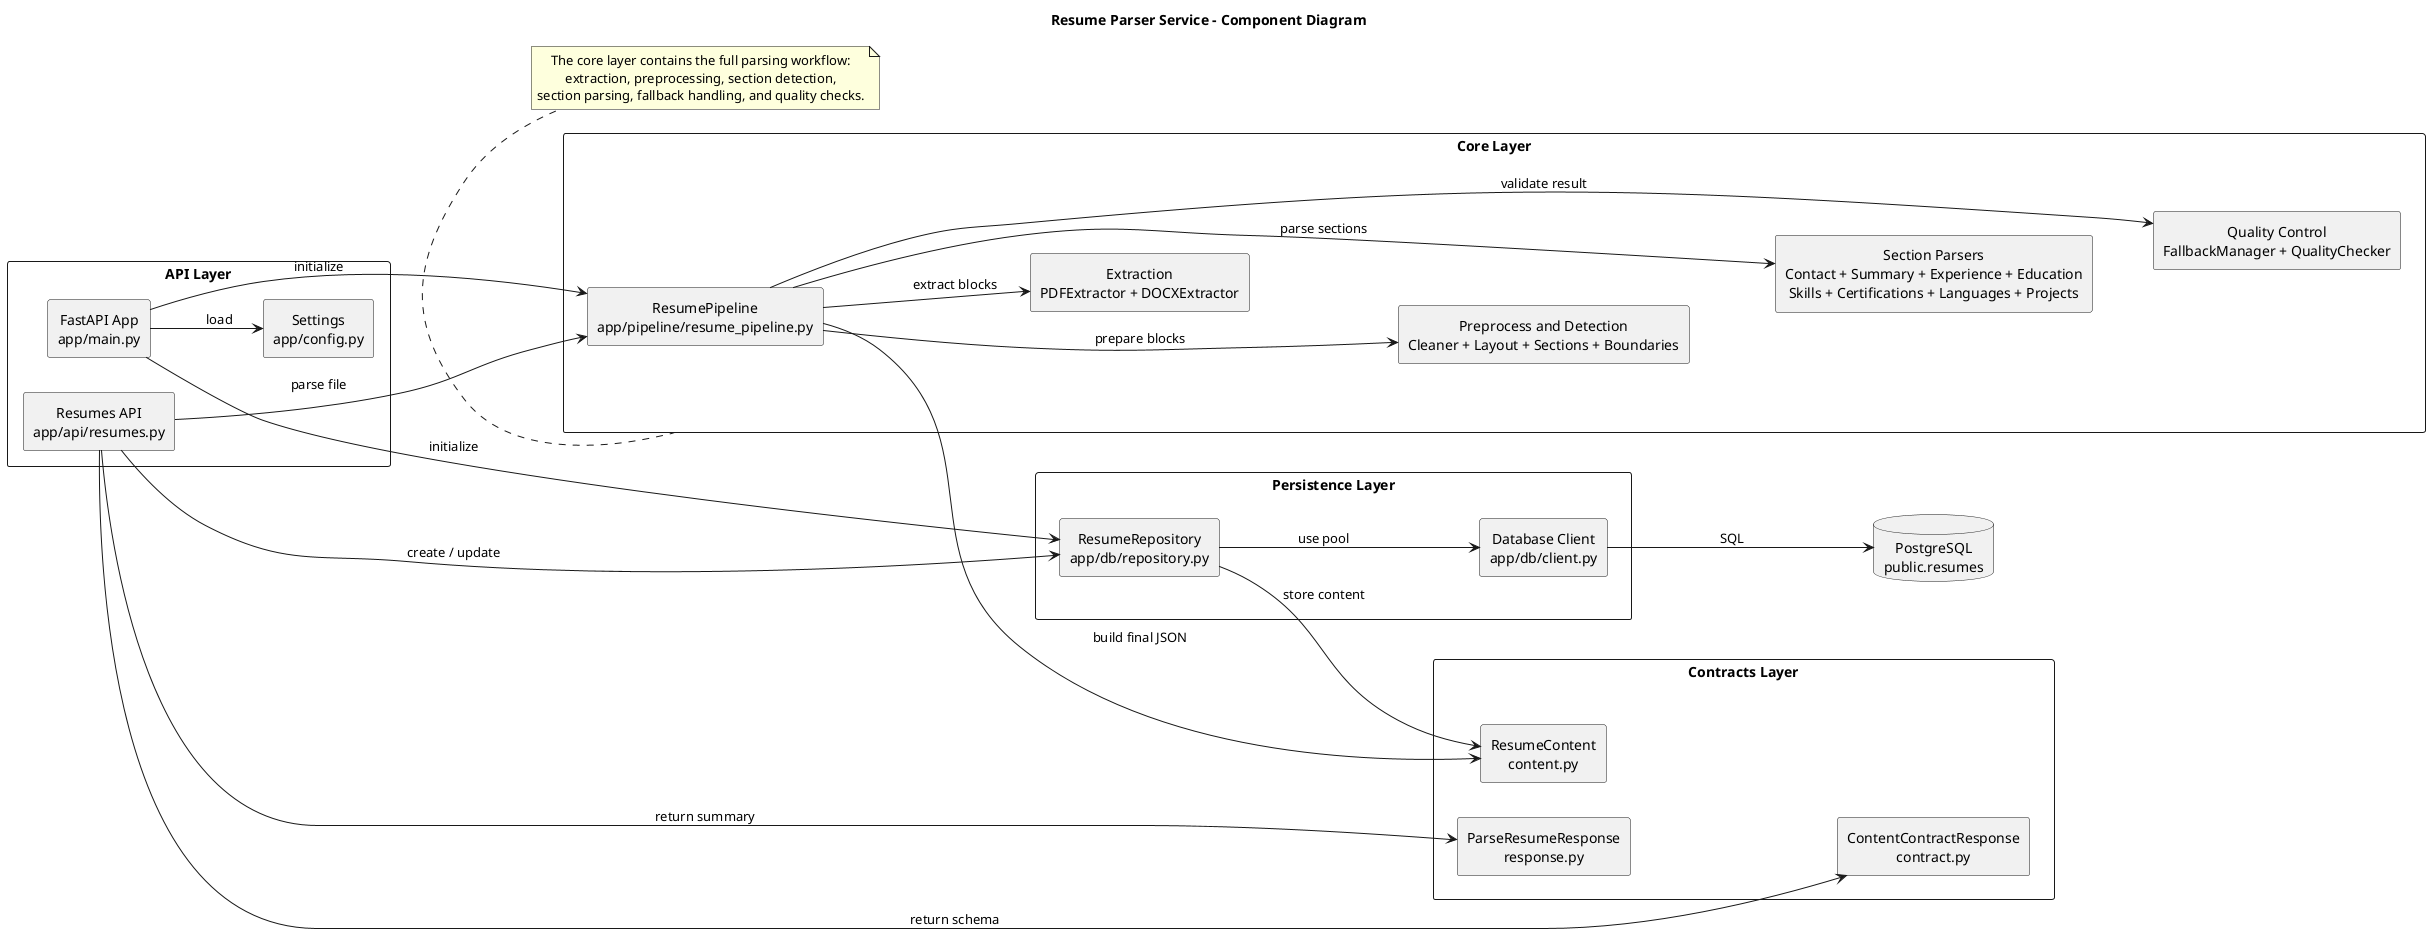
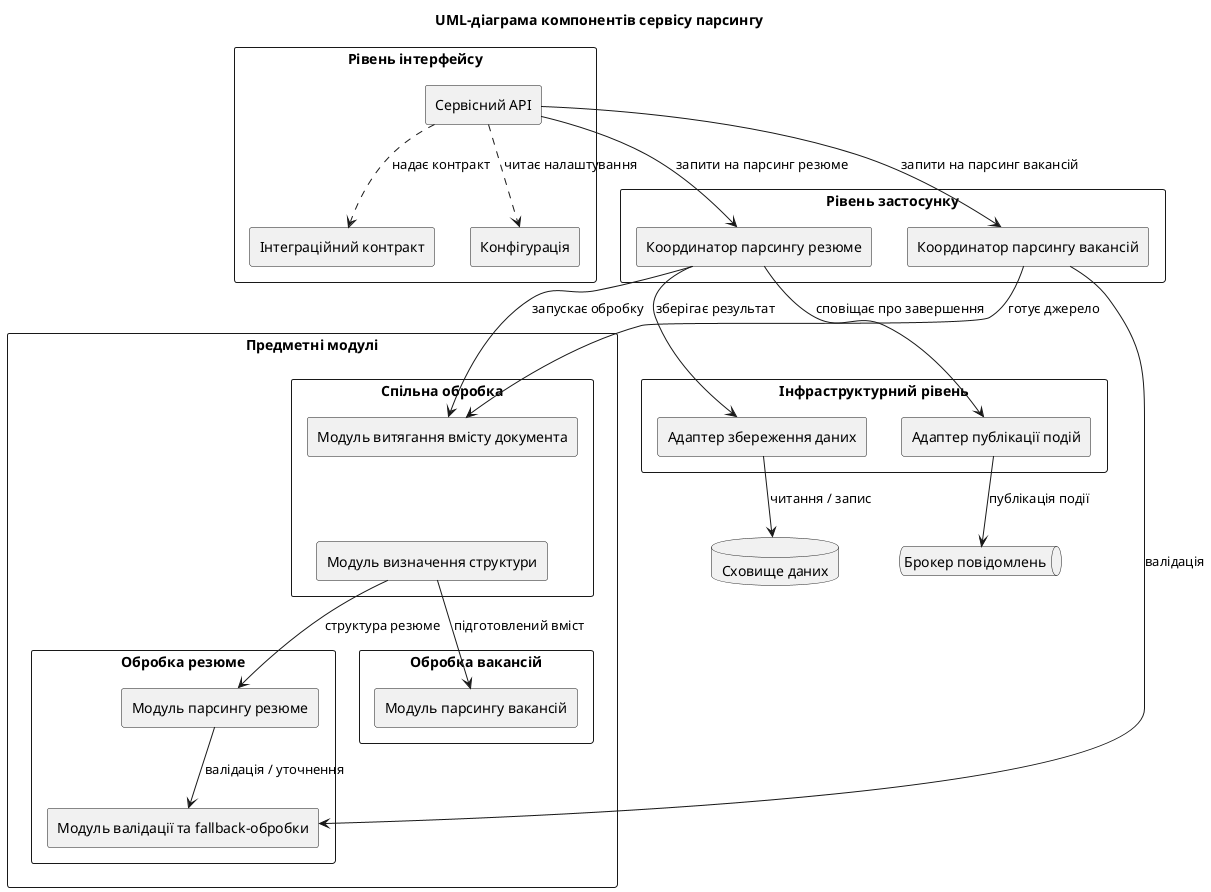
@startuml
- title Resume Parser Service - Component Diagram
+ title UML-діаграма компонентів сервісу парсингу

- left to right direction
+ top to bottom direction
skinparam shadowing false
skinparam componentStyle rectangle
skinparam defaultTextAlignment center
skinparam packageStyle rectangle

- package "API Layer" as ApiLayer {
-   [FastAPI App\napp/main.py] as Main
-   [Resumes API\napp/api/resumes.py] as API
-   [Settings\napp/config.py] as Config
+ package "Рівень інтерфейсу" {
+   [Сервісний API] as ServiceAPI
+   [Інтеграційний контракт] as Contract
+   [Конфігурація] as Config
+   Contract -[hidden]right- Config
}

- package "Core Layer" as CoreLayer {
-   [ResumePipeline\napp/pipeline/resume_pipeline.py] as Pipeline
-   [Extraction\nPDFExtractor + DOCXExtractor] as Extraction
-   [Preprocess and Detection\nCleaner + Layout + Sections + Boundaries] as Detection
-   [Section Parsers\nContact + Summary + Experience + Education\nSkills + Certifications + Languages + Projects] as Parsers
-   [Quality Control\nFallbackManager + QualityChecker] as Quality
+ package "Рівень застосунку" {
+   [Координатор парсингу резюме] as ResumeCoordinator
+   [Координатор парсингу вакансій] as JobCoordinator
+   ResumeCoordinator -[hidden]right- JobCoordinator
}

- package "Persistence Layer" as PersistenceLayer {
-   [ResumeRepository\napp/db/repository.py] as Repo
-   [Database Client\napp/db/client.py] as DBClient
+ package "Предметні модулі" {
+   package "Спільна обробка" {
+     [Модуль витягання вмісту документа] as Extraction
+     [Модуль визначення структури] as Detection
+     Extraction -[hidden]down- Detection
+   }
+   package "Обробка резюме" {
+     [Модуль парсингу резюме] as ResumeParsing
+     [Модуль валідації та fallback-обробки] as Quality
+     ResumeParsing -[hidden]down- Quality
+   }
+   package "Обробка вакансій" {
+     [Модуль парсингу вакансій] as JobParsing
+   }
+   Detection -[hidden]right- ResumeParsing
+   ResumeParsing -[hidden]right- JobParsing
}

- package "Contracts Layer" as ContractsLayer {
-   [ResumeContent\ncontent.py] as ResumeContent
-   [ParseResumeResponse\nresponse.py] as ParseResponse
-   [ContentContractResponse\ncontract.py] as ContractResponse
+ package "Інфраструктурний рівень" {
+   [Адаптер збереження даних] as Persistence
+   [Адаптер публікації подій] as Events
+   Persistence -[hidden]right- Events
}

- database "PostgreSQL\npublic.resumes" as PG
+ database "Сховище даних" as DataStore
+ queue "Брокер повідомлень" as Broker

- Main --> Config : load
- Main --> Pipeline : initialize
- Main --> Repo : initialize
+ DataStore -[hidden]right- Broker

- API --> Pipeline : parse file
- API --> Repo : create / update
- API --> ParseResponse : return summary
- API --> ContractResponse : return schema
+ ServiceAPI ..> Contract : надає контракт
+ ServiceAPI ..> Config : читає налаштування
+ ServiceAPI --> ResumeCoordinator : запити на парсинг резюме
+ ServiceAPI --> JobCoordinator : запити на парсинг вакансій

- Pipeline --> Extraction : extract blocks
- Pipeline --> Detection : prepare blocks
- Pipeline --> Parsers : parse sections
- Pipeline --> Quality : validate result
- Pipeline --> ResumeContent : build final JSON
+ ResumeCoordinator --> Extraction : запускає обробку
+ Detection --> ResumeParsing : структура резюме
+ ResumeParsing --> Quality : валідація / уточнення
+ ResumeCoordinator --> Persistence : зберігає результат
+ ResumeCoordinator --> Events : сповіщає про завершення

- Repo --> DBClient : use pool
- DBClient --> PG : SQL
- Repo --> ResumeContent : store content
+ JobCoordinator --> Extraction : готує джерело
+ Detection --> JobParsing : підготовлений вміст
+ JobCoordinator --> Quality : валідація

- Config -[hidden]-> Pipeline
- Extraction -[hidden]down-> Detection
- Detection -[hidden]down-> Parsers
- Parsers -[hidden]down-> Quality
- Repo -[hidden]down-> DBClient
- ParseResponse -[hidden]down-> ContractResponse
- CoreLayer -[hidden]-> PersistenceLayer
- PersistenceLayer -[hidden]-> ContractsLayer
- 
- note bottom of CoreLayer
- The core layer contains the full parsing workflow:
- extraction, preprocessing, section detection,
- section parsing, fallback handling, and quality checks.
- end note
+ Persistence --> DataStore : читання / запис
+ Events --> Broker : публікація події

@enduml
